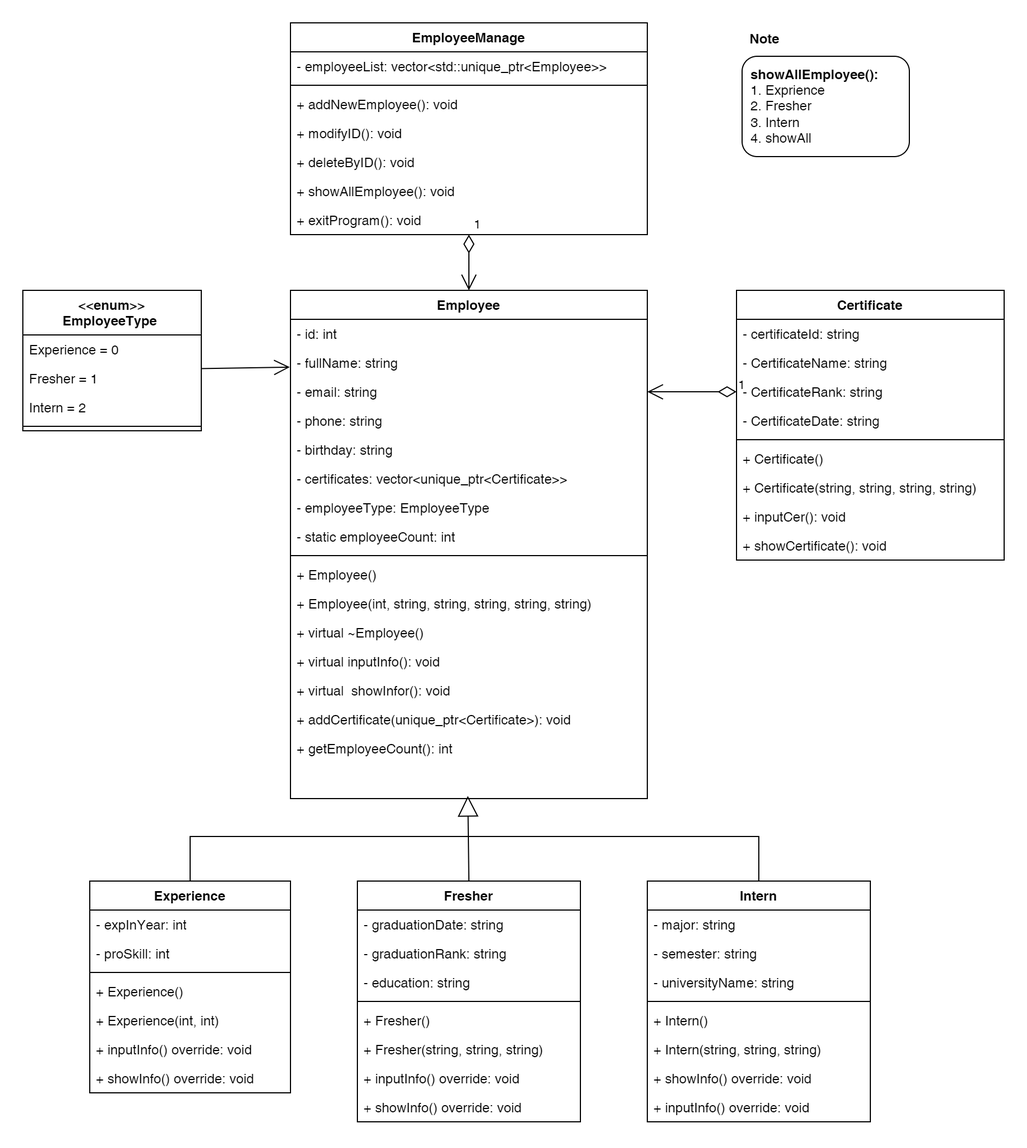
The draw.io diagram 13_Employee_Manage/docs/classDiagram.png in thanhetebkdn/object_orient_programming, before a commit. Source tidied: cells renumbered, new cells last; positions are measured from the earlier drawing's top-left corner, leaving out a move shared by most shapes.
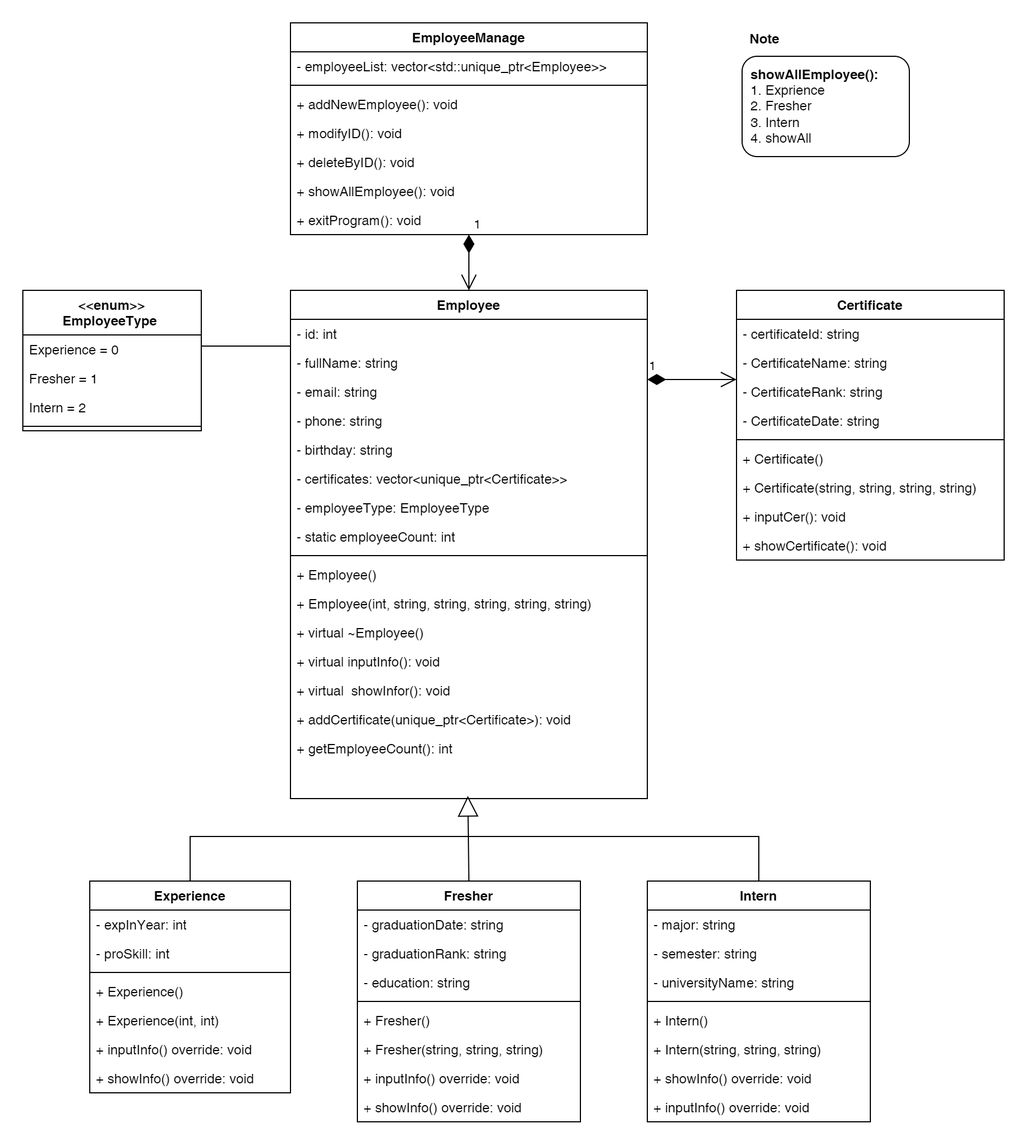
Above is the later version.

What changed in the source:
```diff
@@ -187,9 +187,6 @@
     <mxCell id="61" style="line;strokeWidth=1;fillColor=none;align=left;verticalAlign=middle;spacingTop=-1;spacingLeft=3;spacingRight=3;labelPosition=right;strokeColor=inherit;" parent="57" vertex="1">
       <mxGeometry y="118" width="160" height="8" as="geometry" />
     </mxCell>
-    <mxCell id="62" style="endArrow=open;endFill=1;endSize=12;html=1;rounded=0;entryX=-0.002;entryY=0.651;entryDx=0;entryDy=0;exitX=1.001;exitY=0.162;exitDx=0;exitDy=0;exitPerimeter=0;entryPerimeter=0;" parent="1" edge="1" source="59" target="4">
-      <mxGeometry relative="1" as="geometry" />
-    </mxCell>
     <mxCell id="63" value="EmployeeManage" style="swimlane;fontStyle=1;align=center;verticalAlign=top;horizontal=1;startSize=26;whiteSpace=wrap;html=1;" parent="1" vertex="1">
       <mxGeometry x="240" width="320" height="190" as="geometry" />
     </mxCell>
@@ -214,19 +211,26 @@
     <mxCell id="70" value="+ exitProgram(): void" style="text;strokeColor=none;fillColor=none;align=left;verticalAlign=top;spacingLeft=4;spacingRight=4;overflow=hidden;points=[[0,0.5],[1,0.5]];portConstraint=eastwest;whiteSpace=wrap;html=1;" parent="63" vertex="1">
       <mxGeometry y="164" width="320" height="26" as="geometry" />
     </mxCell>
-    <mxCell id="71" value="1" style="endArrow=open;html=1;endSize=12;startArrow=diamondThin;startSize=14;startFill=0;edgeStyle=orthogonalEdgeStyle;align=left;verticalAlign=bottom;rounded=0;entryX=0.5;entryY=0;entryDx=0;entryDy=0;exitX=0.5;exitY=1;exitDx=0;exitDy=0;exitPerimeter=0;" parent="1" edge="1" source="70" target="2">
-      <mxGeometry x="-1" y="3" relative="1" as="geometry" />
-    </mxCell>
-    <mxCell id="72" value="1" style="endArrow=open;html=1;endSize=12;startArrow=diamondThin;startSize=14;startFill=0;edgeStyle=orthogonalEdgeStyle;align=left;verticalAlign=bottom;rounded=0;exitX=0;exitY=0.5;exitDx=0;exitDy=0;" parent="1" edge="1" source="48">
-      <mxGeometry x="-1" y="3" relative="1" as="geometry">
-        <mxPoint x="560" y="331" as="targetPoint" />
-      </mxGeometry>
-    </mxCell>
     <mxCell id="73" value="&lt;b&gt;showAllEmployee():&amp;nbsp;&lt;/b&gt;&lt;div&gt;1. Exprience&lt;/div&gt;&lt;div&gt;2. Fresher&lt;/div&gt;&lt;div&gt;3. Intern&lt;/div&gt;&lt;div&gt;4. showAll&lt;/div&gt;" style="text;html=1;align=left;verticalAlign=middle;strokeColor=default;fillColor=default;gradientColor=none;perimeterSpacing=0;rounded=1;spacingLeft=6;" parent="1" vertex="1">
       <mxGeometry x="645" y="30" width="150" height="90" as="geometry" />
     </mxCell>
     <mxCell id="74" value="&lt;b&gt;Note&lt;/b&gt;" style="text;html=1;align=center;verticalAlign=middle;strokeColor=none;fillColor=none;" parent="1" vertex="1">
       <mxGeometry x="640" width="50" height="30" as="geometry" />
     </mxCell>
+    <mxCell id="75" value="1" style="endArrow=open;html=1;endSize=12;startArrow=diamondThin;startSize=14;startFill=1;edgeStyle=orthogonalEdgeStyle;align=left;verticalAlign=bottom;rounded=0;" parent="1" edge="1">
+      <mxGeometry x="-1" y="3" relative="1" as="geometry">
+        <mxPoint x="560" y="320" as="sourcePoint" />
+        <mxPoint x="640" y="320" as="targetPoint" />
+      </mxGeometry>
+    </mxCell>
+    <mxCell id="71" value="1" style="endArrow=open;html=1;endSize=12;startArrow=diamondThin;startSize=14;startFill=1;edgeStyle=orthogonalEdgeStyle;align=left;verticalAlign=bottom;rounded=0;entryX=0.5;entryY=0;entryDx=0;entryDy=0;exitX=0.5;exitY=1;exitDx=0;exitDy=0;exitPerimeter=0;" parent="1" edge="1" source="70" target="2">
+      <mxGeometry x="-1" y="3" relative="1" as="geometry" />
+    </mxCell>
+    <mxCell id="76" style="endArrow=none;html=1;edgeStyle=orthogonalEdgeStyle;rounded=0;" parent="1" edge="1">
+      <mxGeometry relative="1" as="geometry">
+        <mxPoint x="160" y="290" as="sourcePoint" />
+        <mxPoint x="240" y="290" as="targetPoint" />
+      </mxGeometry>
+    </mxCell>
   </root>
 </mxGraphModel>
```
